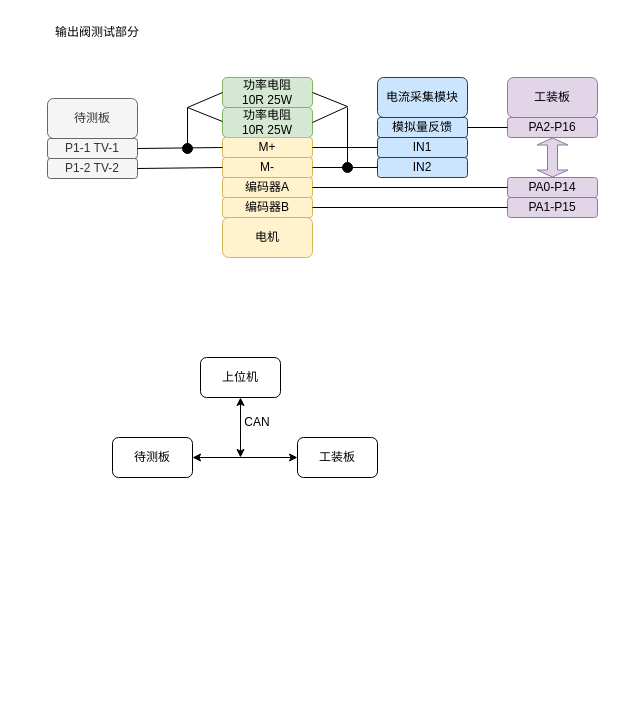
Before: NMC215.drawio in Hanye1108/drawio, a draw.io diagram. Source tidied: cells renumbered, new cells numbered last; positions are measured from the earlier drawing's top-left corner, leaving out a move shared by most shapes. Both pictures are drawn from the tidied source at 100%, with x=0, y=0 at pixel (37, 17).
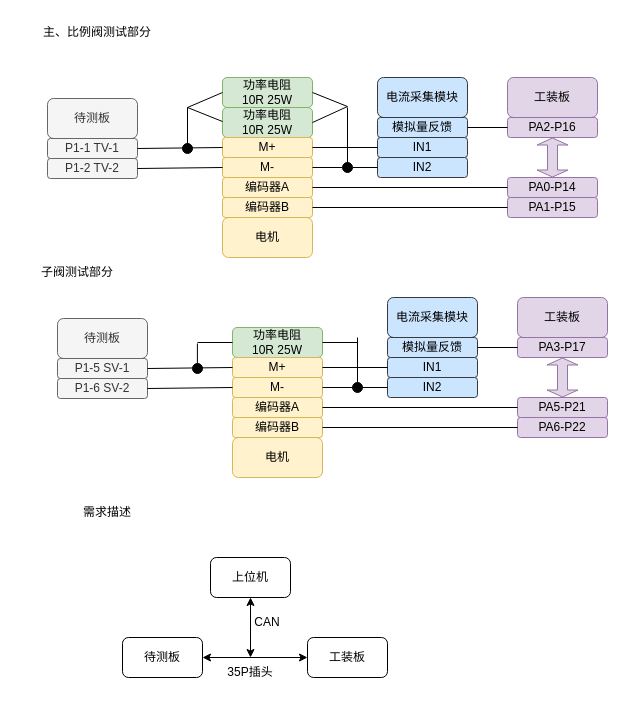
After the change.

The edit, as a diff of the source:
```diff
@@
-    <mxCell id="35" value="输出阀测试部分" style="text;strokeColor=none;align=center;fillColor=none;html=1;verticalAlign=middle;whiteSpace=wrap;rounded=0;" parent="1" vertex="1">
+    <mxCell id="35" value="主、比例阀测试部分" style="text;strokeColor=none;align=center;fillColor=none;html=1;verticalAlign=middle;whiteSpace=wrap;rounded=0;" parent="1" vertex="1">
       <mxGeometry width="120" height="30" as="geometry" />
     </mxCell>
     <mxCell id="36" value="上位机" style="rounded=1;whiteSpace=wrap;html=1;" parent="1" vertex="1">
-      <mxGeometry x="163" y="340" width="80" height="40" as="geometry" />
+      <mxGeometry x="173" y="540" width="80" height="40" as="geometry" />
     </mxCell>
     <mxCell id="37" value="工装板" style="rounded=1;whiteSpace=wrap;html=1;" parent="1" vertex="1">
-      <mxGeometry x="260" y="420" width="80" height="40" as="geometry" />
+      <mxGeometry x="270" y="620" width="80" height="40" as="geometry" />
     </mxCell>
     <mxCell id="38" value="待测板" style="rounded=1;whiteSpace=wrap;html=1;" parent="1" vertex="1">
-      <mxGeometry x="75" y="420" width="80" height="40" as="geometry" />
+      <mxGeometry x="85" y="620" width="80" height="40" as="geometry" />
     </mxCell>
@@
     <mxCell id="40" style="endArrow=classic;startArrow=classic;html=1;rounded=0;entryX=0.5;entryY=1;entryDx=0;entryDy=0;" parent="1" edge="1" target="36">
       <mxGeometry relative="1" as="geometry">
-        <mxPoint x="203" y="440" as="sourcePoint" />
+        <mxPoint x="213" y="640" as="sourcePoint" />
       </mxGeometry>
     </mxCell>
     <mxCell id="41" value="CAN" style="text;strokeColor=none;align=center;fillColor=none;html=1;verticalAlign=middle;whiteSpace=wrap;rounded=0;" parent="1" vertex="1">
-      <mxGeometry x="190" y="390" width="60" height="30" as="geometry" />
+      <mxGeometry x="200" y="590" width="60" height="30" as="geometry" />
     </mxCell>
+    <mxCell id="42" value="35P插头" style="text;strokeColor=none;align=center;fillColor=none;html=1;verticalAlign=middle;whiteSpace=wrap;rounded=0;" parent="1" vertex="1">
+      <mxGeometry x="183" y="640" width="60" height="30" as="geometry" />
+    </mxCell>
+    <mxCell id="43" value="需求描述" style="text;strokeColor=none;align=center;fillColor=none;html=1;verticalAlign=middle;whiteSpace=wrap;rounded=0;" parent="1" vertex="1">
+      <mxGeometry x="10" y="480" width="120" height="30" as="geometry" />
+    </mxCell>
+    <mxCell id="44" value="功率电阻&lt;br&gt;10R 25W" style="rounded=1;whiteSpace=wrap;html=1;fillColor=#d5e8d4;strokeColor=#82b366;" parent="1" vertex="1">
+      <mxGeometry x="195" y="310" width="90" height="30" as="geometry" />
+    </mxCell>
+    <mxCell id="45" value="电机" style="rounded=1;whiteSpace=wrap;html=1;fillColor=#fff2cc;strokeColor=#d6b656;" parent="1" vertex="1">
+      <mxGeometry x="195" y="420" width="90" height="40" as="geometry" />
+    </mxCell>
+    <mxCell id="46" value="M+" style="rounded=1;whiteSpace=wrap;html=1;fillColor=#fff2cc;strokeColor=#d6b656;" parent="1" vertex="1">
+      <mxGeometry x="195" y="340" width="90" height="20" as="geometry" />
+    </mxCell>
+    <mxCell id="47" value="M-" style="rounded=1;whiteSpace=wrap;html=1;fillColor=#fff2cc;strokeColor=#d6b656;" parent="1" vertex="1">
+      <mxGeometry x="195" y="360" width="90" height="20" as="geometry" />
+    </mxCell>
+    <mxCell id="48" value="待测板" style="rounded=1;whiteSpace=wrap;html=1;fillColor=#f5f5f5;fontColor=#333333;strokeColor=#666666;" parent="1" vertex="1">
+      <mxGeometry x="20" y="301" width="90" height="40" as="geometry" />
+    </mxCell>
+    <mxCell id="49" value="P1-5 SV-1" style="rounded=1;whiteSpace=wrap;html=1;fillColor=#f5f5f5;fontColor=#333333;strokeColor=#666666;" parent="1" vertex="1">
+      <mxGeometry x="20" y="341" width="90" height="20" as="geometry" />
+    </mxCell>
+    <mxCell id="50" value="P1-6 SV-2" style="rounded=1;whiteSpace=wrap;html=1;fillColor=#f5f5f5;fontColor=#333333;strokeColor=#666666;" parent="1" vertex="1">
+      <mxGeometry x="20" y="361" width="90" height="20" as="geometry" />
+    </mxCell>
+    <mxCell id="51" value="编码器A" style="rounded=1;whiteSpace=wrap;html=1;fillColor=#fff2cc;strokeColor=#d6b656;" parent="1" vertex="1">
+      <mxGeometry x="195" y="380" width="90" height="20" as="geometry" />
+    </mxCell>
+    <mxCell id="52" value="编码器B" style="rounded=1;whiteSpace=wrap;html=1;fillColor=#fff2cc;strokeColor=#d6b656;" parent="1" vertex="1">
+      <mxGeometry x="195" y="400" width="90" height="20" as="geometry" />
+    </mxCell>
+    <mxCell id="53" value="电流采集模块" style="rounded=1;whiteSpace=wrap;html=1;fillColor=#cce5ff;strokeColor=#36393d;" parent="1" vertex="1">
+      <mxGeometry x="350" y="280" width="90" height="40" as="geometry" />
+    </mxCell>
+    <mxCell id="54" value="IN1" style="rounded=1;whiteSpace=wrap;html=1;fillColor=#cce5ff;strokeColor=#36393d;" parent="1" vertex="1">
+      <mxGeometry x="350" y="340" width="90" height="20" as="geometry" />
+    </mxCell>
+    <mxCell id="55" value="IN2" style="rounded=1;whiteSpace=wrap;html=1;fillColor=#cce5ff;strokeColor=#36393d;" parent="1" vertex="1">
+      <mxGeometry x="350" y="360" width="90" height="20" as="geometry" />
+    </mxCell>
+    <mxCell id="56" value="模拟量反馈" style="rounded=1;whiteSpace=wrap;html=1;fillColor=#cce5ff;strokeColor=#36393d;" parent="1" vertex="1">
+      <mxGeometry x="350" y="320" width="90" height="20" as="geometry" />
+    </mxCell>
+    <mxCell id="57" value="工装板" style="rounded=1;whiteSpace=wrap;html=1;fillColor=#e1d5e7;strokeColor=#9673a6;" parent="1" vertex="1">
+      <mxGeometry x="480" y="280" width="90" height="40" as="geometry" />
+    </mxCell>
+    <mxCell id="58" value="PA5-P21" style="rounded=1;whiteSpace=wrap;html=1;fillColor=#e1d5e7;strokeColor=#9673a6;" parent="1" vertex="1">
+      <mxGeometry x="480" y="380" width="90" height="20" as="geometry" />
+    </mxCell>
+    <mxCell id="59" value="PA6-P22" style="rounded=1;whiteSpace=wrap;html=1;fillColor=#e1d5e7;strokeColor=#9673a6;" parent="1" vertex="1">
+      <mxGeometry x="480" y="400" width="90" height="20" as="geometry" />
+    </mxCell>
+    <mxCell id="60" value="PA3-P17" style="rounded=1;whiteSpace=wrap;html=1;fillColor=#e1d5e7;strokeColor=#9673a6;" parent="1" vertex="1">
+      <mxGeometry x="480" y="320" width="90" height="20" as="geometry" />
+    </mxCell>
+    <mxCell id="61" style="endArrow=none;html=1;rounded=0;entryX=0;entryY=0.5;entryDx=0;entryDy=0;exitX=1;exitY=0.5;exitDx=0;exitDy=0;" parent="1" edge="1" source="50" target="47">
+      <mxGeometry relative="1" as="geometry" />
+    </mxCell>
+    <mxCell id="62" style="endArrow=none;html=1;rounded=0;entryX=0;entryY=0.5;entryDx=0;entryDy=0;exitX=1;exitY=0.5;exitDx=0;exitDy=0;" parent="1" edge="1" source="46" target="54">
+      <mxGeometry relative="1" as="geometry" />
+    </mxCell>
+    <mxCell id="63" style="endArrow=none;html=1;rounded=0;entryX=0;entryY=0.5;entryDx=0;entryDy=0;" parent="1" edge="1" source="69" target="55">
+      <mxGeometry relative="1" as="geometry" />
+    </mxCell>
+    <mxCell id="64" style="endArrow=none;html=1;rounded=0;exitX=1;exitY=0.5;exitDx=0;exitDy=0;entryX=0;entryY=0.5;entryDx=0;entryDy=0;" parent="1" edge="1" source="51" target="58">
+      <mxGeometry relative="1" as="geometry" />
+    </mxCell>
+    <mxCell id="65" style="endArrow=none;html=1;rounded=0;exitX=1;exitY=0.5;exitDx=0;exitDy=0;entryX=0;entryY=0.5;entryDx=0;entryDy=0;" parent="1" edge="1" source="52" target="59">
+      <mxGeometry relative="1" as="geometry" />
+    </mxCell>
+    <mxCell id="66" style="endArrow=none;html=1;rounded=0;entryX=0;entryY=0.5;entryDx=0;entryDy=0;exitX=1;exitY=0.5;exitDx=0;exitDy=0;" parent="1" edge="1" source="49" target="46">
+      <mxGeometry relative="1" as="geometry" />
+    </mxCell>
+    <mxCell id="67" style="endArrow=none;html=1;rounded=0;" parent="1" edge="1">
+      <mxGeometry relative="1" as="geometry">
+        <mxPoint x="159.9" y="346" as="sourcePoint" />
+        <mxPoint x="159.9" y="326" as="targetPoint" />
+      </mxGeometry>
+    </mxCell>
+    <mxCell id="68" style="endArrow=none;html=1;rounded=0;entryX=0;entryY=0.5;entryDx=0;entryDy=0;" parent="1" edge="1" source="47" target="69">
+      <mxGeometry relative="1" as="geometry" />
+    </mxCell>
+    <mxCell id="69" style="ellipse;whiteSpace=wrap;html=1;fillColor=#000000;" parent="1" vertex="1">
+      <mxGeometry x="315" y="365" width="10" height="10" as="geometry" />
+    </mxCell>
+    <mxCell id="70" style="ellipse;whiteSpace=wrap;html=1;fillColor=#000000;" parent="1" vertex="1">
+      <mxGeometry x="155" y="346" width="10" height="10" as="geometry" />
+    </mxCell>
+    <mxCell id="71" style="endArrow=none;html=1;rounded=0;entryX=0;entryY=0.5;entryDx=0;entryDy=0;exitX=1;exitY=0.5;exitDx=0;exitDy=0;" parent="1" edge="1" source="56" target="60">
+      <mxGeometry relative="1" as="geometry" />
+    </mxCell>
+    <mxCell id="72" style="shape=flexArrow;endArrow=classic;startArrow=classic;html=1;rounded=0;entryX=0.5;entryY=1;entryDx=0;entryDy=0;exitX=0.5;exitY=0;exitDx=0;exitDy=0;strokeWidth=1;endSize=2;startSize=2;fillColor=#e1d5e7;strokeColor=#9673a6;" parent="1" edge="1" source="58" target="60">
+      <mxGeometry relative="1" as="geometry" />
+    </mxCell>
+    <mxCell id="73" value="子阀测试部分" style="text;strokeColor=none;align=center;fillColor=none;html=1;verticalAlign=middle;whiteSpace=wrap;rounded=0;" parent="1" vertex="1">
+      <mxGeometry x="-20" y="240" width="120" height="30" as="geometry" />
+    </mxCell>
+    <mxCell id="74" style="endArrow=none;html=1;rounded=0;entryX=0;entryY=0.5;entryDx=0;entryDy=0;" parent="1" edge="1" target="44">
+      <mxGeometry relative="1" as="geometry">
+        <mxPoint x="160" y="325" as="sourcePoint" />
+      </mxGeometry>
+    </mxCell>
+    <mxCell id="75" style="endArrow=none;html=1;rounded=0;" parent="1" edge="1" source="69">
+      <mxGeometry relative="1" as="geometry">
+        <mxPoint x="320" y="320" as="targetPoint" />
+      </mxGeometry>
+    </mxCell>
+    <mxCell id="76" style="endArrow=none;html=1;rounded=0;entryX=1;entryY=0.5;entryDx=0;entryDy=0;" parent="1" edge="1" target="44">
+      <mxGeometry relative="1" as="geometry">
+        <mxPoint x="320" y="325" as="sourcePoint" />
+      </mxGeometry>
+    </mxCell>
```
